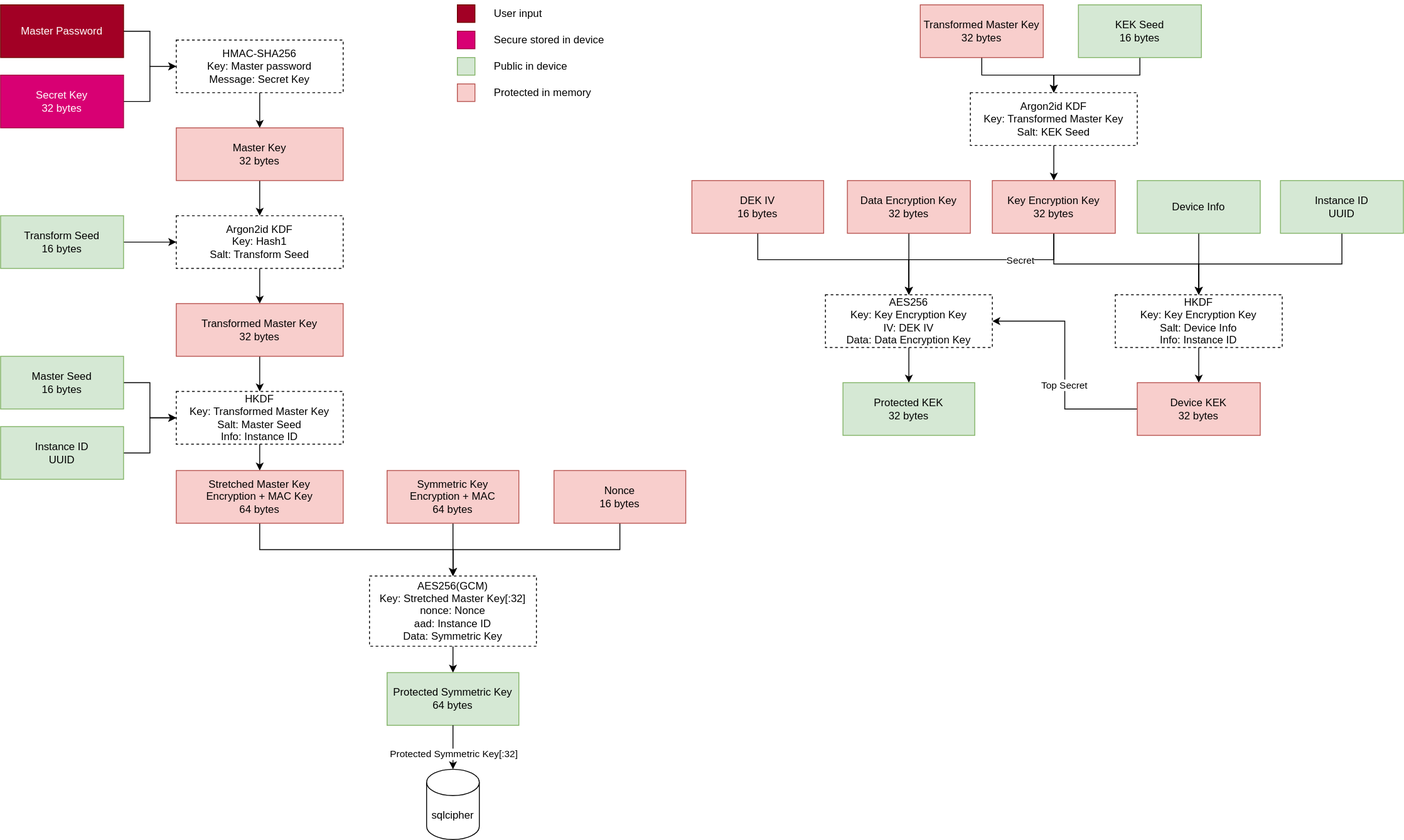
quillgen/cryptowl keeps this draw.io diagram as doc/key-derive.drawio.svg. Above is the earlier version. Source tidied: cells renumbered, new cells last; positions are measured from the earlier drawing's top-left corner, leaving out a move shared by most shapes.
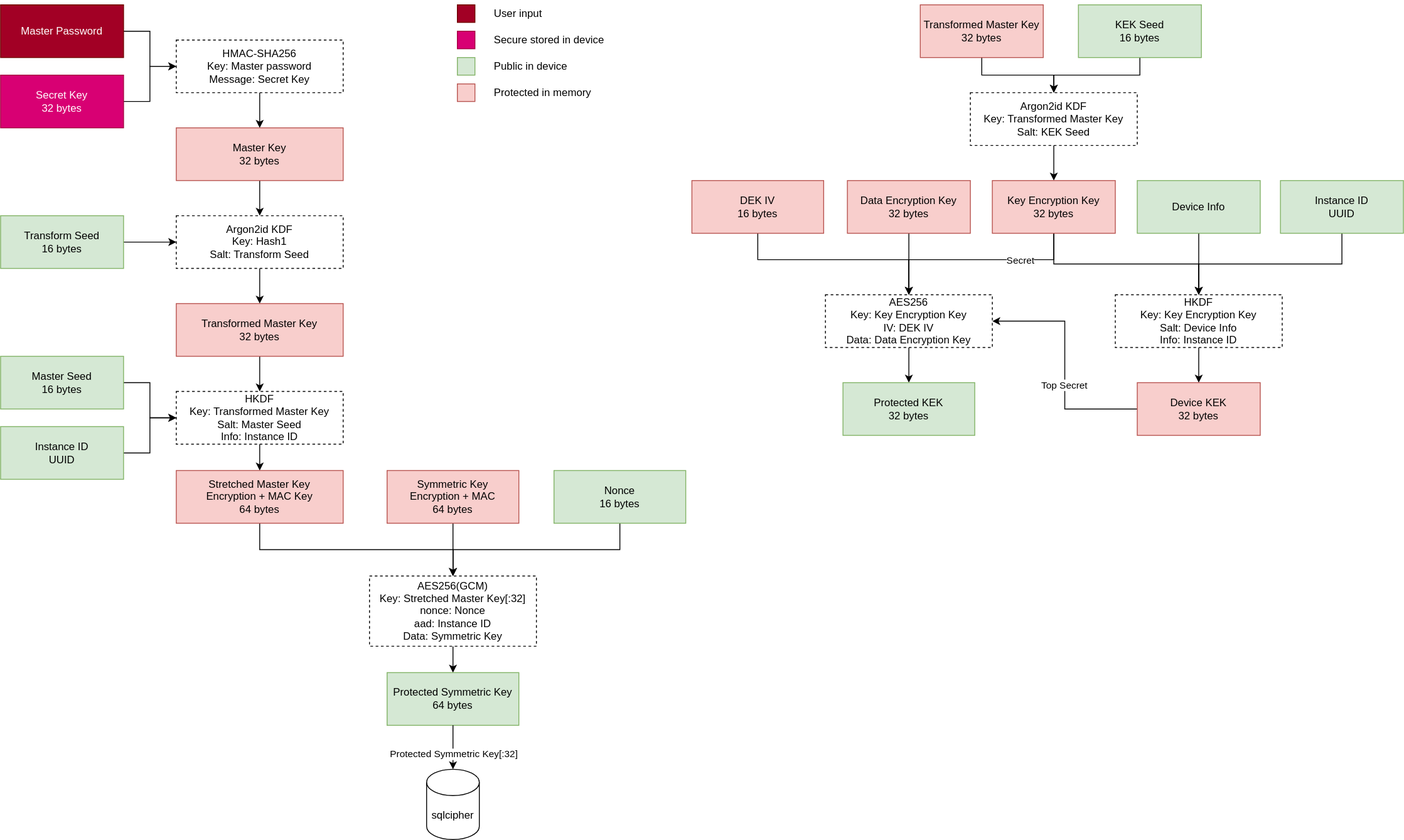
After the commit.

Diff of the diagram source:
```diff
@@ -87,7 +87,7 @@
         </Array>
       </mxGeometry>
     </mxCell>
-    <mxCell id="27" value="Nonce&lt;div&gt;16 bytes&lt;/div&gt;" style="rounded=0;whiteSpace=wrap;html=1;align=center;fillColor=#f8cecc;strokeColor=#b85450;" parent="1" vertex="1">
+    <mxCell id="27" value="Nonce&lt;div&gt;16 bytes&lt;/div&gt;" style="rounded=0;whiteSpace=wrap;html=1;align=center;fillColor=#d5e8d4;strokeColor=#82b366;" parent="1" vertex="1">
       <mxGeometry x="630" y="535" width="150" height="60" as="geometry" />
     </mxCell>
     <mxCell id="28" style="edgeStyle=orthogonalEdgeStyle;rounded=0;jettySize=auto;html=1;entryX=0.5;entryY=0;entryDx=0;entryDy=0;" parent="1" edge="1" source="29" target="30">
```
